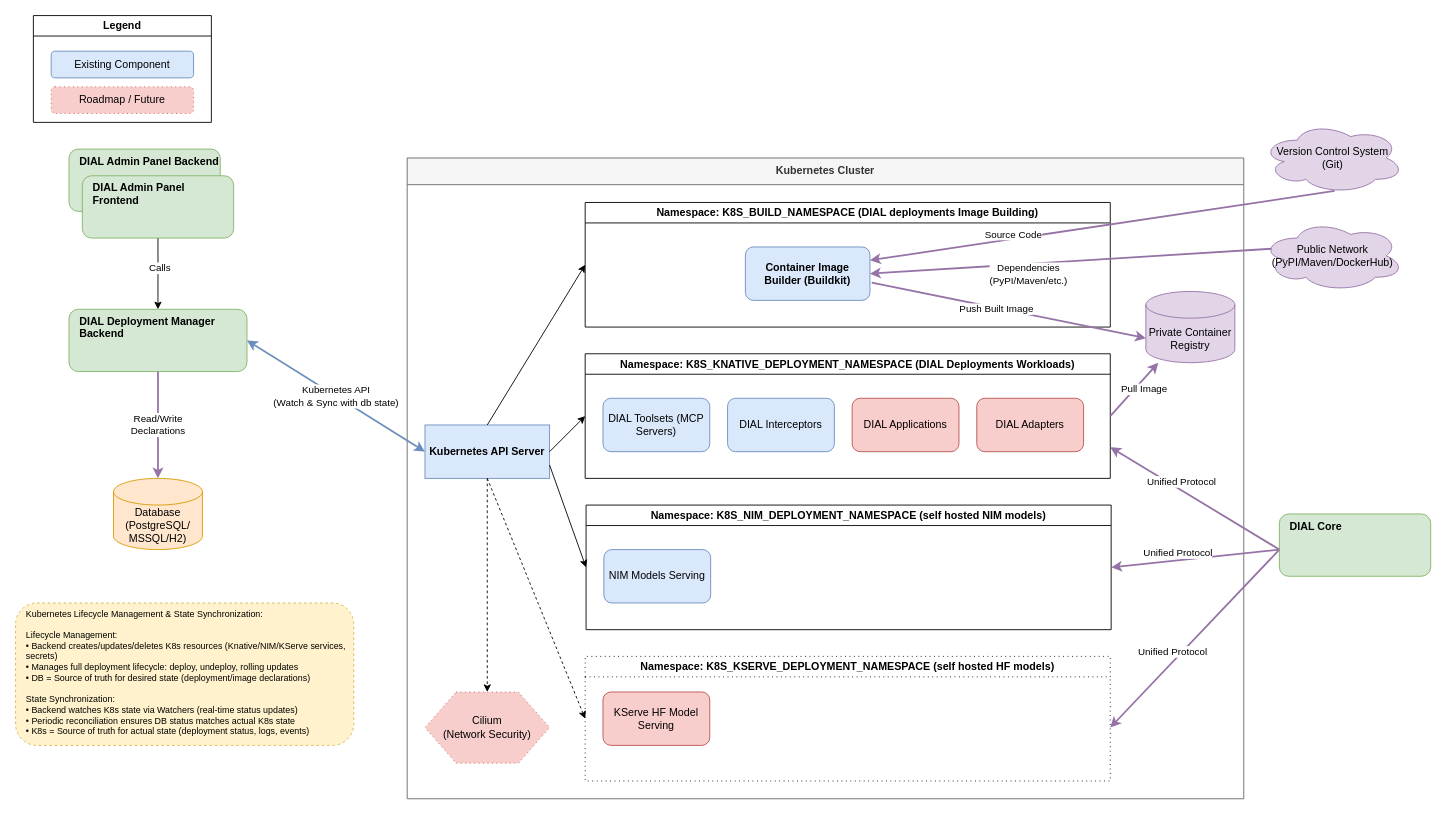
Above: docs/diagramms/infrastructure_component/infrastrucutre-component-diagramm.drawio in epam/ai-dial-admin-deployment-manager-backend (draw.io), before the change. Source tidied: cells renumbered, new cells numbered last; positions are measured from the earlier drawing's top-left corner, leaving out a move shared by most shapes. Both pictures are drawn from the tidied source at 89%, with x=0, y=0 at pixel (15, 15).
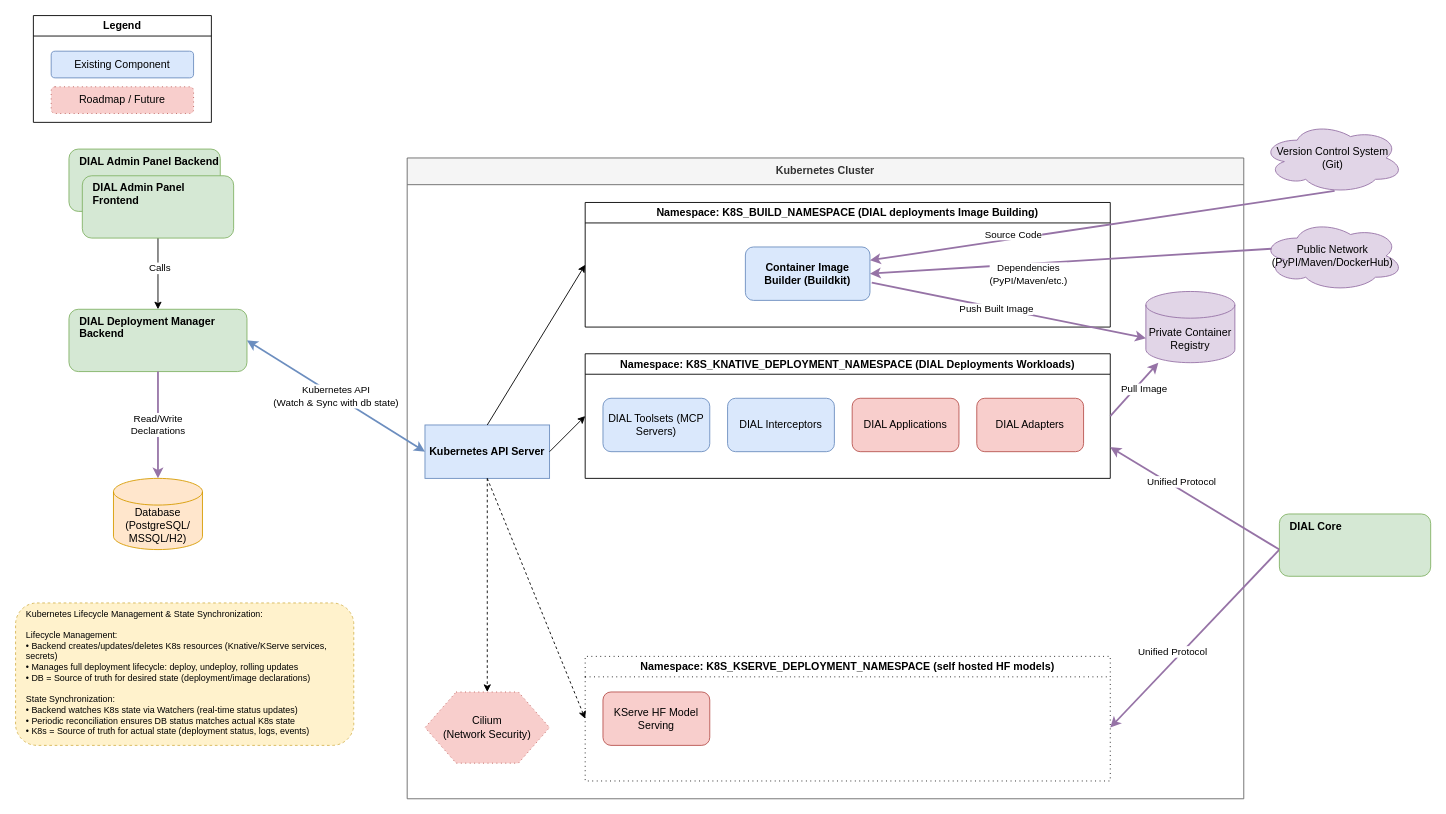
After the change.

Unchanged cells that the change refers to:
```xml
<mxCell id="9" value="Kubernetes Cluster" style="swimlane;whiteSpace=wrap;html=1;startSize=30;fillColor=#f5f5f5;fontColor=#333333;strokeColor=#666666;" parent="1" vertex="1">
  <mxGeometry x="440" y="160" width="940" height="720" as="geometry" />
</mxCell>
<mxCell id="10" value="Kubernetes API Server" style="rounded=0;whiteSpace=wrap;html=1;fillColor=#dae8fc;strokeColor=#6c8ebf;fontStyle=1;" parent="9" vertex="1">
  <mxGeometry x="20" y="300" width="140" height="60" as="geometry" />
</mxCell>
```

What changed in the source:
```diff
@@
-    <mxCell id="24" value="Namespace: K8S_NIM_DEPLOYMENT_NAMESPACE (self hosted NIM models)" style="swimlane;whiteSpace=wrap;html=1;fillColor=#ffffff;strokeColor=#000000;" parent="9" vertex="1">
-      <mxGeometry x="201" y="390" width="590" height="140" as="geometry" />
-    </mxCell>
-    <mxCell id="25" value="NIM Models Serving" style="rounded=1;whiteSpace=wrap;html=1;fillColor=#dae8fc;strokeColor=#6c8ebf;" parent="24" vertex="1">
-      <mxGeometry x="20" y="50" width="120" height="60" as="geometry" />
-    </mxCell>
-    <mxCell id="26" style="endArrow=classic;html=1;entryX=0;entryY=0.5;entryDx=0;entryDy=0;exitX=1;exitY=0.75;exitDx=0;exitDy=0;" parent="9" edge="1" source="10" target="24">
-      <mxGeometry relative="1" as="geometry" />
-    </mxCell>
@@
-    <mxCell id="31" value="&lt;div&gt;&lt;div&gt;Kubernetes Lifecycle Management &amp;amp; State Synchronization:&lt;/div&gt;&lt;div&gt;&lt;br&gt;&lt;/div&gt;&lt;div&gt;Lifecycle Management:&lt;/div&gt;&lt;div&gt;• Backend creates/updates/deletes K8s resources (Knative/NIM/KServe services, secrets)&lt;/div&gt;&lt;div&gt;• Manages full deployment lifecycle: deploy, undeploy, rolling updates&lt;/div&gt;&lt;div&gt;• DB = Source of truth for desired state (deployment/image declarations)&lt;/div&gt;&lt;div&gt;&lt;br&gt;&lt;/div&gt;&lt;div&gt;State Synchronization:&lt;/div&gt;&lt;div&gt;• Backend watches K8s state via Watchers (real-time status updates)&lt;/div&gt;&lt;div&gt;• Periodic reconciliation ensures DB status matches actual K8s state&lt;/div&gt;&lt;div&gt;• K8s = Source of truth for actual state (deployment status, logs, events)&lt;/div&gt;&lt;/div&gt;" style="rounded=1;whiteSpace=wrap;html=1;fillColor=#fff2cc;strokeColor=#d6b656;fontSize=10;align=left;verticalAlign=top;spacingLeft=10;dashed=1;" parent="1" vertex="1">
+    <mxCell id="31" value="&lt;div&gt;&lt;div&gt;Kubernetes Lifecycle Management &amp;amp; State Synchronization:&lt;/div&gt;&lt;div&gt;&lt;br&gt;&lt;/div&gt;&lt;div&gt;Lifecycle Management:&lt;/div&gt;&lt;div&gt;• Backend creates/updates/deletes K8s resources (Knative/KServe services, secrets)&lt;/div&gt;&lt;div&gt;• Manages full deployment lifecycle: deploy, undeploy, rolling updates&lt;/div&gt;&lt;div&gt;• DB = Source of truth for desired state (deployment/image declarations)&lt;/div&gt;&lt;div&gt;&lt;br&gt;&lt;/div&gt;&lt;div&gt;State Synchronization:&lt;/div&gt;&lt;div&gt;• Backend watches K8s state via Watchers (real-time status updates)&lt;/div&gt;&lt;div&gt;• Periodic reconciliation ensures DB status matches actual K8s state&lt;/div&gt;&lt;div&gt;• K8s = Source of truth for actual state (deployment status, logs, events)&lt;/div&gt;&lt;/div&gt;" style="rounded=1;whiteSpace=wrap;html=1;fillColor=#fff2cc;strokeColor=#d6b656;fontSize=10;align=left;verticalAlign=top;spacingLeft=10;dashed=1;" parent="1" vertex="1">
       <mxGeometry y="660" width="380" height="160" as="geometry" />
     </mxCell>
@@
-    <mxCell id="43" value="Unified Protocol" style="endArrow=classic;html=1;strokeWidth=2;strokeColor=#9673a6;entryX=1;entryY=0.5;entryDx=0;entryDy=0;" parent="1" edge="1" target="24">
-      <mxGeometry x="0.2" y="-8" relative="1" as="geometry">
-        <mxPoint x="1420" y="600" as="sourcePoint" />
-      </mxGeometry>
-    </mxCell>
```
